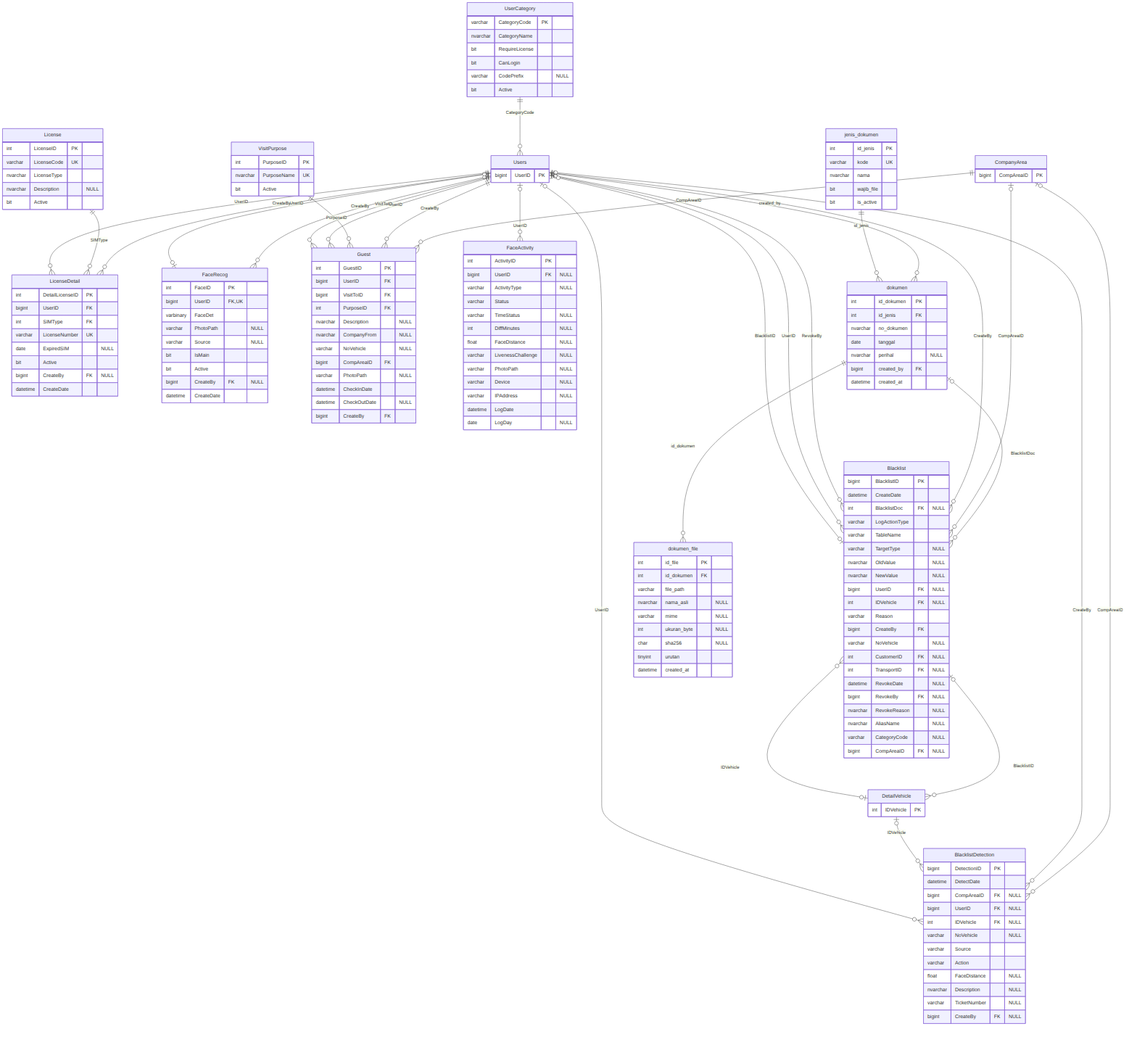
Before: docs/erd/02_personel_dokumen.png, a diagram exported from Mermaid (aetheriin/timbangan_sawit_v2). Its source is kept beside it as docs/erd/02_personel_dokumen.mmd.
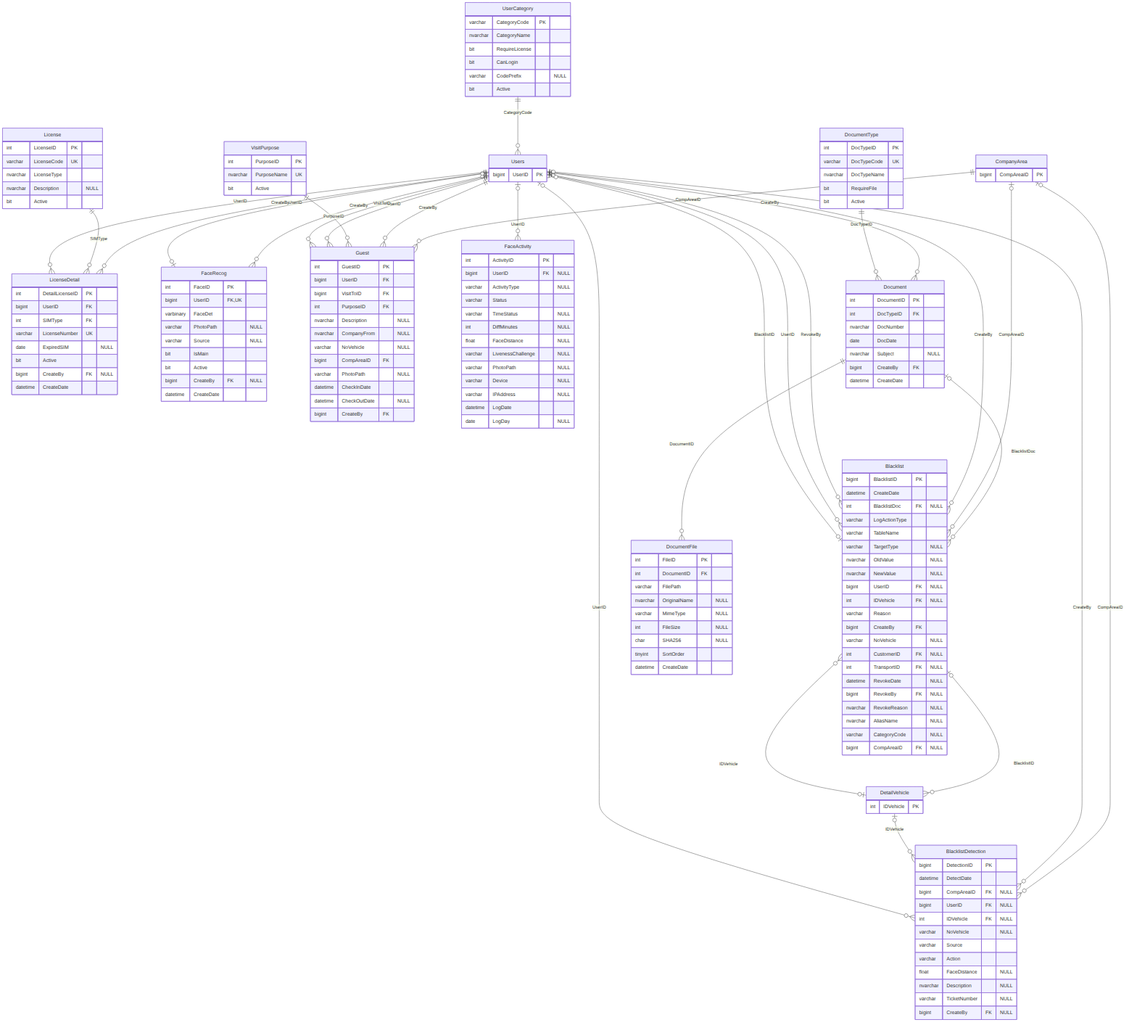
After the change.

Diff of the diagram source:
```diff
@@ -109,32 +109,32 @@
         varchar TicketNumber "NULL"
         bigint CreateBy FK "NULL"
     }
-    jenis_dokumen {
-        int id_jenis PK
-        varchar kode UK
-        nvarchar nama
-        bit wajib_file
-        bit is_active
+    DocumentType {
+        int DocTypeID PK
+        varchar DocTypeCode UK
+        nvarchar DocTypeName
+        bit RequireFile
+        bit Active
     }
-    dokumen {
-        int id_dokumen PK
-        int id_jenis FK
-        nvarchar no_dokumen
-        date tanggal
-        nvarchar perihal "NULL"
-        bigint created_by FK
-        datetime created_at
+    Document {
+        int DocumentID PK
+        int DocTypeID FK
+        nvarchar DocNumber
+        date DocDate
+        nvarchar Subject "NULL"
+        bigint CreateBy FK
+        datetime CreateDate
     }
-    dokumen_file {
-        int id_file PK
-        int id_dokumen FK
-        varchar file_path
-        nvarchar nama_asli "NULL"
-        varchar mime "NULL"
-        int ukuran_byte "NULL"
-        char sha256 "NULL"
-        tinyint urutan
-        datetime created_at
+    DocumentFile {
+        int FileID PK
+        int DocumentID FK
+        varchar FilePath
+        nvarchar OriginalName "NULL"
+        varchar MimeType "NULL"
+        int FileSize "NULL"
+        char SHA256 "NULL"
+        tinyint SortOrder
+        datetime CreateDate
     }
     DetailVehicle {
         int IDVehicle PK
@@ -142,7 +142,7 @@
     CompanyArea {
         bigint CompAreaID PK
     }
-    dokumen |o--o{ Blacklist : "BlacklistDoc"
+    Document |o--o{ Blacklist : "BlacklistDoc"
     CompanyArea |o--o{ Blacklist : "CompAreaID"
     Users ||--o{ Blacklist : "CreateBy"
     DetailVehicle |o--o{ Blacklist : "IDVehicle"
@@ -153,9 +153,9 @@
     DetailVehicle |o--o{ BlacklistDetection : "IDVehicle"
     Users |o--o{ BlacklistDetection : "UserID"
     Blacklist |o--o{ DetailVehicle : "BlacklistID"
-    Users ||--o{ dokumen : "created_by"
-    jenis_dokumen ||--o{ dokumen : "id_jenis"
-    dokumen ||--o{ dokumen_file : "id_dokumen"
+    Users ||--o{ Document : "CreateBy"
+    DocumentType ||--o{ Document : "DocTypeID"
+    Document ||--o{ DocumentFile : "DocumentID"
     Users |o--o{ FaceActivity : "UserID"
     Users |o--o{ FaceRecog : "CreateBy"
     Users ||--o| FaceRecog : "UserID"
```
